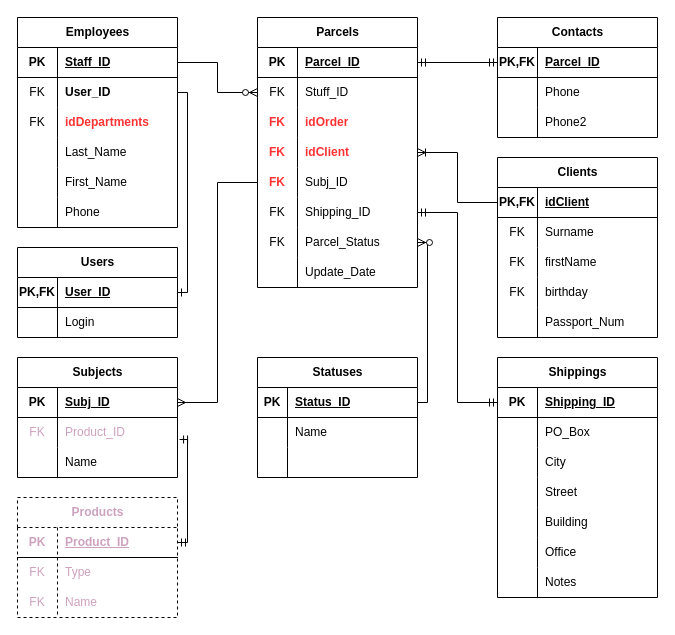
Above: HW DB/ParcelDelivery.drawio.xml in vnukov-vv/AlfaCampus-SA (draw.io), before the change. Source tidied: cells renumbered, new cells numbered last; positions are measured from the earlier drawing's top-left corner, leaving out a move shared by most shapes. Both pictures are drawn from the tidied source at 100%, with x=0, y=0 at pixel (17, 17).
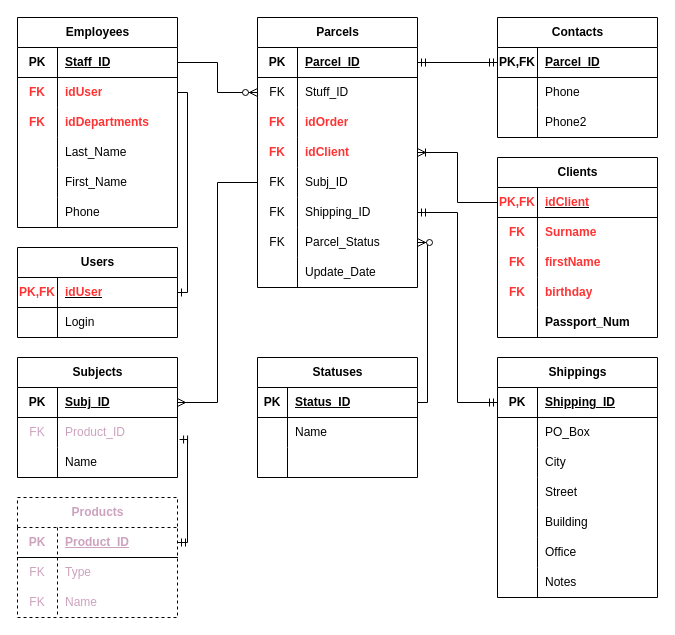
Above is the later version.

Unchanged cells that the change refers to:
```xml
<mxCell id="3" style="shape=tableRow;horizontal=0;startSize=0;swimlaneHead=0;swimlaneBody=0;fillColor=none;points=[[0,0.5],[1,0.5]];portConstraint=eastwest;top=0;left=0;right=0;bottom=1;" parent="2" vertex="1">
  <mxGeometry y="30" width="160" height="30" as="geometry" />
</mxCell>
<mxCell id="22" style="shape=tableRow;horizontal=0;startSize=0;swimlaneHead=0;swimlaneBody=0;fillColor=none;points=[[0,0.5],[1,0.5]];portConstraint=eastwest;top=0;left=0;right=0;bottom=0;" parent="9" vertex="1">
  <mxGeometry y="150" width="160" height="30" as="geometry" />
</mxCell>
<mxCell id="45" style="shape=tableRow;horizontal=0;startSize=0;swimlaneHead=0;swimlaneBody=0;fillColor=none;points=[[0,0.5],[1,0.5]];portConstraint=eastwest;top=0;left=0;right=0;bottom=1;" parent="44" vertex="1">
  <mxGeometry y="30" width="160" height="30" as="geometry" />
</mxCell>
<mxCell id="48" style="shape=tableRow;horizontal=0;startSize=0;swimlaneHead=0;swimlaneBody=0;fillColor=none;top=0;left=0;right=0;bottom=0;" parent="44" vertex="1">
  <mxGeometry y="60" width="160" height="30" as="geometry" />
</mxCell>
<mxCell id="51" style="shape=tableRow;horizontal=0;startSize=0;swimlaneHead=0;swimlaneBody=0;fillColor=none;top=0;left=0;right=0;bottom=0;" parent="44" vertex="1">
  <mxGeometry y="90" width="160" height="30" as="geometry" />
</mxCell>
<mxCell id="54" style="shape=tableRow;horizontal=0;startSize=0;swimlaneHead=0;swimlaneBody=0;fillColor=none;top=0;left=0;right=0;bottom=0;" parent="44" vertex="1">
  <mxGeometry y="120" width="160" height="30" as="geometry" />
</mxCell>
<mxCell id="57" style="shape=tableRow;horizontal=0;startSize=0;swimlaneHead=0;swimlaneBody=0;fillColor=none;top=0;left=0;right=0;bottom=0;" parent="44" vertex="1">
  <mxGeometry y="150" width="160" height="30" as="geometry" />
</mxCell>
<mxCell id="86" style="shape=tableRow;horizontal=0;startSize=0;swimlaneHead=0;swimlaneBody=0;fillColor=none;points=[[0,0.5],[1,0.5]];portConstraint=eastwest;top=0;left=0;right=0;bottom=0;" parent="82" vertex="1">
  <mxGeometry y="60" width="160" height="30" as="geometry" />
</mxCell>
<mxCell id="89" style="shape=tableRow;horizontal=0;startSize=0;swimlaneHead=0;swimlaneBody=0;fillColor=none;top=0;left=0;right=0;bottom=0;" parent="82" vertex="1">
  <mxGeometry y="90" width="160" height="30" as="geometry" />
</mxCell>
```

What changed in the source:
```diff
@@
-    <mxCell id="4" value="PK,FK" style="shape=partialRectangle;fillColor=none;top=0;left=0;bottom=0;right=0;fontStyle=1;overflow=hidden;whiteSpace=wrap;html=1;" parent="3" vertex="1">
+    <mxCell id="4" value="&lt;font color=&quot;#ff3333&quot;&gt;PK,FK&lt;/font&gt;" style="shape=partialRectangle;fillColor=none;top=0;left=0;bottom=0;right=0;fontStyle=1;overflow=hidden;whiteSpace=wrap;html=1;" parent="3" vertex="1">
       <mxGeometry width="40" height="30" as="geometry" />
     </mxCell>
-    <mxCell id="5" value="User_ID" style="shape=partialRectangle;fillColor=none;top=0;left=0;bottom=0;right=0;align=left;spacingLeft=6;fontStyle=5;overflow=hidden;whiteSpace=wrap;html=1;" parent="3" vertex="1">
+    <mxCell id="5" value="&lt;font color=&quot;#ff3333&quot;&gt;idUser&lt;/font&gt;" style="shape=partialRectangle;fillColor=none;top=0;left=0;bottom=0;right=0;align=left;spacingLeft=6;fontStyle=5;overflow=hidden;whiteSpace=wrap;html=1;" parent="3" vertex="1">
       <mxGeometry x="40" width="120" height="30" as="geometry" />
     </mxCell>
@@
-    <mxCell id="23" value="&lt;font color=&quot;#ff3333&quot;&gt;&lt;b&gt;FK&lt;/b&gt;&lt;/font&gt;" style="shape=partialRectangle;fillColor=none;top=0;left=0;bottom=0;right=0;overflow=hidden;whiteSpace=wrap;html=1;" parent="22" vertex="1">
+    <mxCell id="23" value="FK" style="shape=partialRectangle;fillColor=none;top=0;left=0;bottom=0;right=0;overflow=hidden;whiteSpace=wrap;html=1;" parent="22" vertex="1">
       <mxGeometry width="40" height="30" as="geometry" />
     </mxCell>
@@
-    <mxCell id="46" value="PK,FK" style="shape=partialRectangle;fillColor=none;top=0;left=0;bottom=0;right=0;fontStyle=1;overflow=hidden;whiteSpace=wrap;html=1;" parent="45" vertex="1">
+    <mxCell id="46" value="&lt;font color=&quot;#ff3333&quot;&gt;PK,FK&lt;/font&gt;" style="shape=partialRectangle;fillColor=none;top=0;left=0;bottom=0;right=0;fontStyle=1;overflow=hidden;whiteSpace=wrap;html=1;" parent="45" vertex="1">
       <mxGeometry width="40" height="30" as="geometry" />
     </mxCell>
-    <mxCell id="47" value="idClient" style="shape=partialRectangle;fillColor=none;top=0;left=0;bottom=0;right=0;align=left;spacingLeft=6;fontStyle=5;overflow=hidden;whiteSpace=wrap;html=1;" parent="45" vertex="1">
+    <mxCell id="47" value="&lt;font color=&quot;#ff3333&quot;&gt;idClient&lt;/font&gt;" style="shape=partialRectangle;fillColor=none;top=0;left=0;bottom=0;right=0;align=left;spacingLeft=6;fontStyle=5;overflow=hidden;whiteSpace=wrap;html=1;" parent="45" vertex="1">
       <mxGeometry x="40" width="120" height="30" as="geometry" />
     </mxCell>
@@
-    <mxCell id="49" value="FK" style="shape=partialRectangle;fillColor=none;top=0;left=0;bottom=0;right=0;overflow=hidden;whiteSpace=wrap;html=1;" parent="48" vertex="1">
+    <mxCell id="49" value="&lt;b&gt;&lt;font color=&quot;#ff3333&quot;&gt;FK&lt;/font&gt;&lt;/b&gt;" style="shape=partialRectangle;fillColor=none;top=0;left=0;bottom=0;right=0;overflow=hidden;whiteSpace=wrap;html=1;" parent="48" vertex="1">
       <mxGeometry width="40" height="30" as="geometry" />
     </mxCell>
-    <mxCell id="50" value="Surname" style="shape=partialRectangle;fillColor=none;top=0;left=0;bottom=0;right=0;align=left;spacingLeft=6;overflow=hidden;whiteSpace=wrap;html=1;" parent="48" vertex="1">
+    <mxCell id="50" value="&lt;font color=&quot;#ff3333&quot;&gt;&lt;b&gt;Surname&lt;/b&gt;&lt;/font&gt;" style="shape=partialRectangle;fillColor=none;top=0;left=0;bottom=0;right=0;align=left;spacingLeft=6;overflow=hidden;whiteSpace=wrap;html=1;" parent="48" vertex="1">
       <mxGeometry x="40" width="120" height="30" as="geometry" />
     </mxCell>
@@
-    <mxCell id="52" value="FK" style="shape=partialRectangle;fillColor=none;top=0;left=0;bottom=0;right=0;overflow=hidden;whiteSpace=wrap;html=1;" parent="51" vertex="1">
+    <mxCell id="52" value="&lt;b&gt;&lt;font color=&quot;#ff3333&quot;&gt;FK&lt;/font&gt;&lt;/b&gt;" style="shape=partialRectangle;fillColor=none;top=0;left=0;bottom=0;right=0;overflow=hidden;whiteSpace=wrap;html=1;" parent="51" vertex="1">
       <mxGeometry width="40" height="30" as="geometry" />
     </mxCell>
-    <mxCell id="53" value="firstName" style="shape=partialRectangle;fillColor=none;top=0;left=0;bottom=0;right=0;align=left;spacingLeft=6;overflow=hidden;whiteSpace=wrap;html=1;" parent="51" vertex="1">
+    <mxCell id="53" value="&lt;font color=&quot;#ff3333&quot;&gt;&lt;b&gt;firstName&lt;/b&gt;&lt;/font&gt;" style="shape=partialRectangle;fillColor=none;top=0;left=0;bottom=0;right=0;align=left;spacingLeft=6;overflow=hidden;whiteSpace=wrap;html=1;" parent="51" vertex="1">
       <mxGeometry x="40" width="120" height="30" as="geometry" />
     </mxCell>
@@
-    <mxCell id="55" value="FK" style="shape=partialRectangle;fillColor=none;top=0;left=0;bottom=0;right=0;overflow=hidden;whiteSpace=wrap;html=1;" parent="54" vertex="1">
+    <mxCell id="55" value="&lt;b&gt;&lt;font color=&quot;#ff3333&quot;&gt;FK&lt;/font&gt;&lt;/b&gt;" style="shape=partialRectangle;fillColor=none;top=0;left=0;bottom=0;right=0;overflow=hidden;whiteSpace=wrap;html=1;" parent="54" vertex="1">
       <mxGeometry width="40" height="30" as="geometry" />
     </mxCell>
-    <mxCell id="56" value="birthday" style="shape=partialRectangle;fillColor=none;top=0;left=0;bottom=0;right=0;align=left;spacingLeft=6;overflow=hidden;whiteSpace=wrap;html=1;" parent="54" vertex="1">
+    <mxCell id="56" value="&lt;font color=&quot;#ff3333&quot;&gt;&lt;b&gt;birthday&lt;/b&gt;&lt;/font&gt;" style="shape=partialRectangle;fillColor=none;top=0;left=0;bottom=0;right=0;align=left;spacingLeft=6;overflow=hidden;whiteSpace=wrap;html=1;" parent="54" vertex="1">
       <mxGeometry x="40" width="120" height="30" as="geometry" />
     </mxCell>
@@
-    <mxCell id="59" value="Passport_Num" style="shape=partialRectangle;fillColor=none;top=0;left=0;bottom=0;right=0;align=left;spacingLeft=6;overflow=hidden;whiteSpace=wrap;html=1;" parent="57" vertex="1">
+    <mxCell id="59" value="&lt;b&gt;Passport_Num&lt;/b&gt;" style="shape=partialRectangle;fillColor=none;top=0;left=0;bottom=0;right=0;align=left;spacingLeft=6;overflow=hidden;whiteSpace=wrap;html=1;" parent="57" vertex="1">
       <mxGeometry x="40" width="120" height="30" as="geometry" />
     </mxCell>
@@
-    <mxCell id="87" value="FK" style="shape=partialRectangle;fillColor=none;top=0;left=0;bottom=0;right=0;overflow=hidden;whiteSpace=wrap;html=1;" parent="86" vertex="1">
+    <mxCell id="87" value="&lt;b&gt;&lt;font color=&quot;#ff3333&quot;&gt;FK&lt;/font&gt;&lt;/b&gt;" style="shape=partialRectangle;fillColor=none;top=0;left=0;bottom=0;right=0;overflow=hidden;whiteSpace=wrap;html=1;" parent="86" vertex="1">
       <mxGeometry width="40" height="30" as="geometry" />
     </mxCell>
-    <mxCell id="88" value="&lt;b&gt;User_ID&lt;/b&gt;" style="shape=partialRectangle;fillColor=none;top=0;left=0;bottom=0;right=0;align=left;spacingLeft=6;overflow=hidden;whiteSpace=wrap;html=1;" parent="86" vertex="1">
+    <mxCell id="88" value="&lt;b&gt;&lt;font color=&quot;#ff3333&quot;&gt;idUser&lt;/font&gt;&lt;/b&gt;" style="shape=partialRectangle;fillColor=none;top=0;left=0;bottom=0;right=0;align=left;spacingLeft=6;overflow=hidden;whiteSpace=wrap;html=1;" parent="86" vertex="1">
       <mxGeometry x="40" width="120" height="30" as="geometry" />
     </mxCell>
@@
-    <mxCell id="90" value="FK" style="shape=partialRectangle;fillColor=none;top=0;left=0;bottom=0;right=0;overflow=hidden;whiteSpace=wrap;html=1;" parent="89" vertex="1">
+    <mxCell id="90" value="&lt;b&gt;&lt;font color=&quot;#ff3333&quot;&gt;FK&lt;/font&gt;&lt;/b&gt;" style="shape=partialRectangle;fillColor=none;top=0;left=0;bottom=0;right=0;overflow=hidden;whiteSpace=wrap;html=1;" parent="89" vertex="1">
       <mxGeometry width="40" height="30" as="geometry" />
     </mxCell>
```
